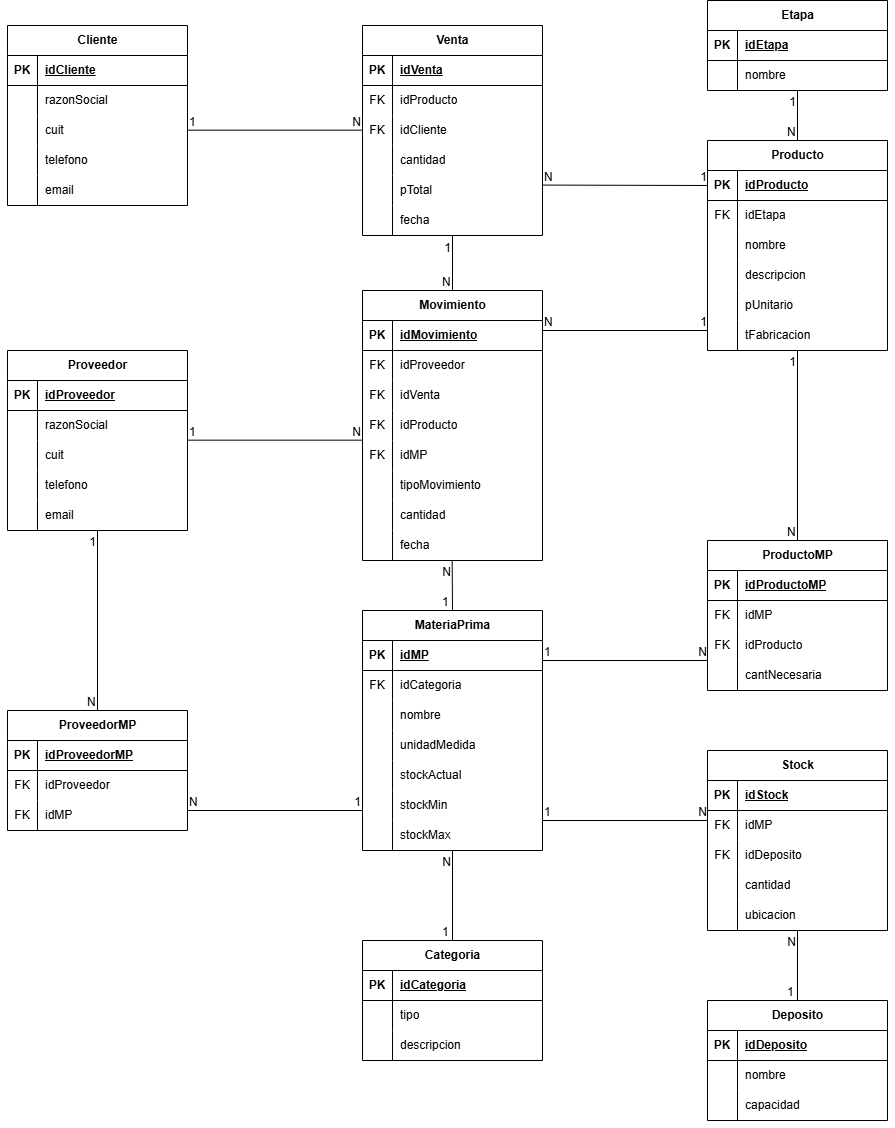
The draw.io diagram diagramas/modelo_logico.png in FacundoMuruchi/BD-Fabrica-Metalurgica, before a commit. Source tidied: cells renumbered, new cells last; positions are measured from the earlier drawing's top-left corner, leaving out a move shared by most shapes.
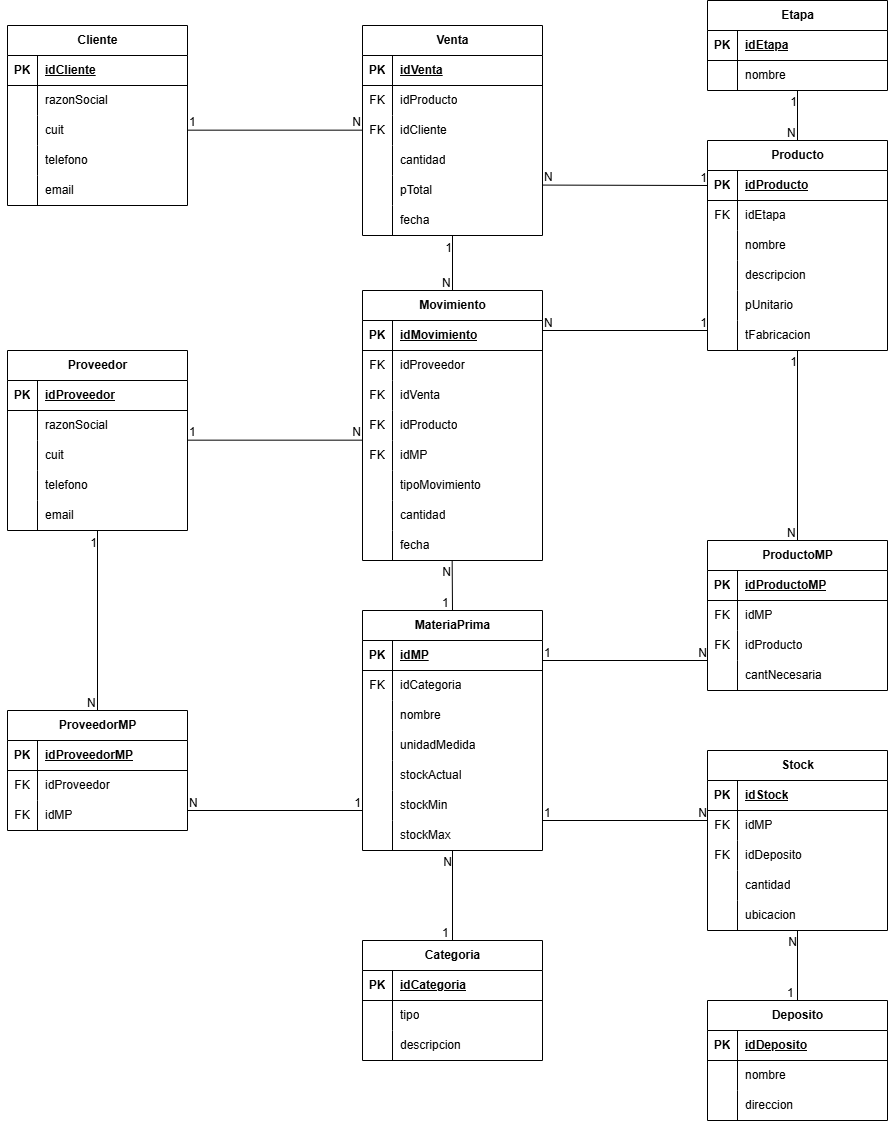
After the change.

Commit message:
capacidad por direccion

What changed in the source:
```diff
@@ -173,7 +173,7 @@
     <mxCell id="58" style="shape=partialRectangle;fillColor=none;top=0;left=0;bottom=0;right=0;overflow=hidden;whiteSpace=wrap;html=1;" parent="57" vertex="1">
       <mxGeometry width="30" height="30" as="geometry" />
     </mxCell>
-    <mxCell id="59" value="capacidad" style="shape=partialRectangle;fillColor=none;top=0;left=0;bottom=0;right=0;align=left;spacingLeft=6;overflow=hidden;whiteSpace=wrap;html=1;strokeWidth=11;" parent="57" vertex="1">
+    <mxCell id="59" value="direccion" style="shape=partialRectangle;fillColor=none;top=0;left=0;bottom=0;right=0;align=left;spacingLeft=6;overflow=hidden;whiteSpace=wrap;html=1;strokeWidth=11;" parent="57" vertex="1">
       <mxGeometry x="30" width="150" height="30" as="geometry" />
     </mxCell>
     <mxCell id="60" value="ProveedorMP" style="shape=table;startSize=30;rowLines=0;fontStyle=1;align=center;html=1;" parent="1" vertex="1">
```
